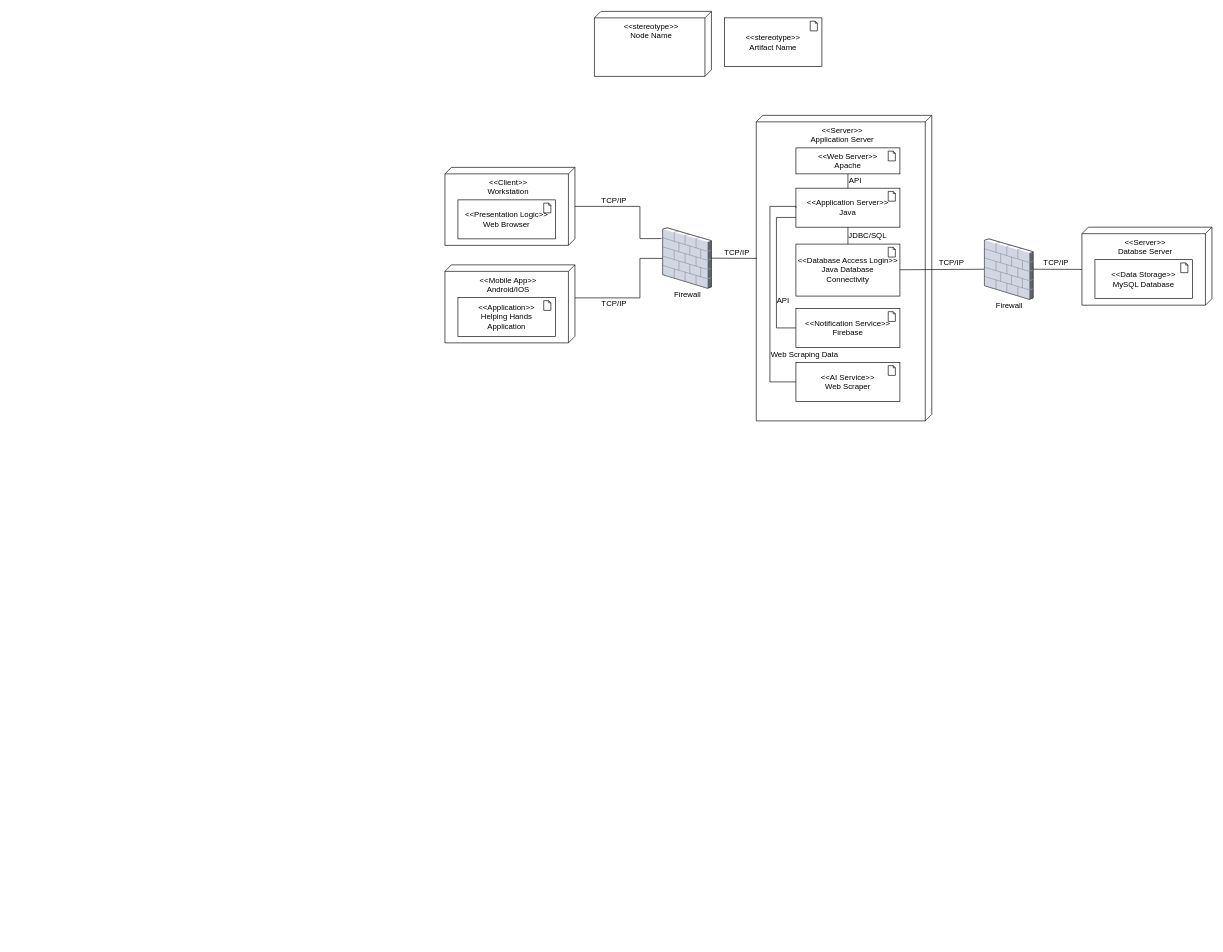
Above: System Analysis and Design Deployment Diagram.drawio in AnjeloM/AnjeloM (draw.io), before the change. Source tidied: cells renumbered, new cells numbered last; positions are measured from the earlier drawing's top-left corner, leaving out a move shared by most shapes. Both pictures are drawn from the tidied source at 65%, with x=0, y=0 at pixel (445, 11).
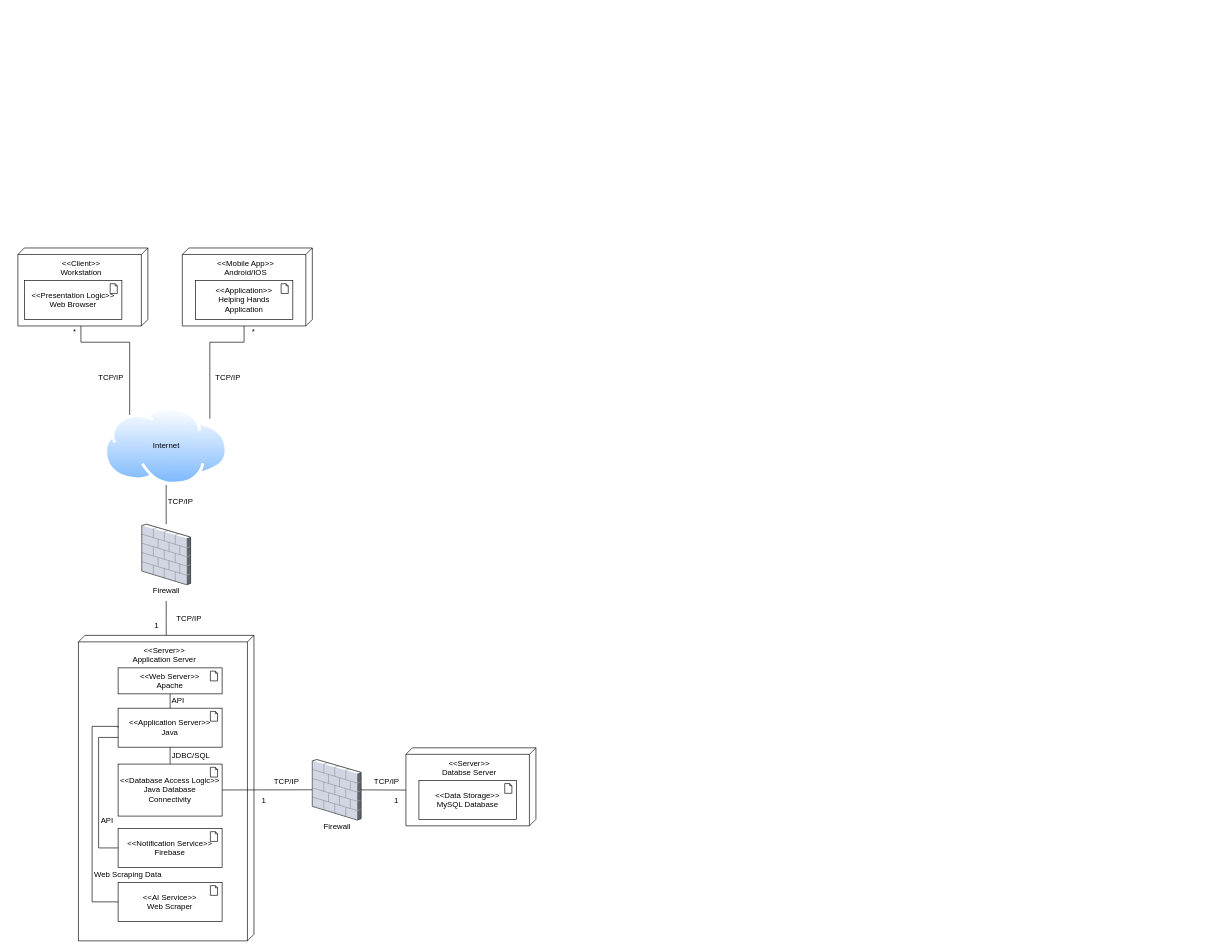
Above is the later version.

The change refers to these unchanged cells:
```xml
<mxCell id="8" value="&amp;lt;&amp;lt;Server&amp;gt;&amp;gt;&lt;div&gt;Application Server&lt;/div&gt;" style="verticalAlign=top;align=center;shape=cube;size=10;direction=south;fontStyle=0;html=1;boundedLbl=1;spacingLeft=5;whiteSpace=wrap;" parent="7" vertex="1">
  <mxGeometry width="270" height="470" as="geometry" />
</mxCell>
<mxCell id="9" value="`" style="group;" parent="7" vertex="1">
  <mxGeometry x="61" y="70" width="160" height="340" as="geometry" />
</mxCell>
<mxCell id="27" value="&amp;lt;&amp;lt;Mobile App&amp;gt;&amp;gt;&lt;div&gt;Android/IOS&lt;/div&gt;" style="verticalAlign=top;align=center;shape=cube;size=10;direction=south;fontStyle=0;html=1;boundedLbl=1;spacingLeft=5;whiteSpace=wrap;" parent="26" vertex="1">
  <mxGeometry width="200" height="120" as="geometry" />
</mxCell>
<mxCell id="31" style="verticalLabelPosition=bottom;sketch=0;html=1;verticalAlign=top;strokeColor=none;align=center;outlineConnect=0;shape=mxgraph.citrix.firewall;" parent="30" vertex="1">
  <mxGeometry width="75" height="93" as="geometry" />
</mxCell>
<mxCell id="32" value="Firewall" style="text;html=1;align=center;verticalAlign=middle;points=[];strokeColor=none;fillColor=none;" parent="30" vertex="1">
  <mxGeometry x="7.5" y="88" width="60" height="30" as="geometry" />
</mxCell>
```

Change to the diagram source:
```diff
@@
-    <mxCell id="2" value="&amp;lt;&amp;lt;stereotype&amp;gt;&amp;gt;&lt;div&gt;Node Name&lt;/div&gt;" style="verticalAlign=top;align=center;shape=cube;size=10;direction=south;fontStyle=0;html=1;boundedLbl=1;spacingLeft=5;whiteSpace=wrap;" parent="1" vertex="1">
-      <mxGeometry x="230" width="180" height="100" as="geometry" />
-    </mxCell>
-    <mxCell id="3" value="&amp;lt;&amp;lt;stereotype&amp;gt;&amp;gt;&lt;div&gt;Artifact Name&lt;/div&gt;" style="html=1;whiteSpace=wrap;shape=mxgraph.archimate3.application;appType=artifact;archiType=square;" parent="1" vertex="1">
-      <mxGeometry x="430" y="10" width="150" height="75" as="geometry" />
-    </mxCell>
     <mxCell id="4" style="group;" parent="1" vertex="1">
-      <mxGeometry y="240" width="200" height="120" as="geometry" />
+      <mxGeometry x="-667" y="364" width="200" height="120" as="geometry" />
     </mxCell>
     <mxCell id="5" value="&amp;lt;&amp;lt;Client&amp;gt;&amp;gt;&lt;div&gt;Workstation&lt;/div&gt;" style="verticalAlign=top;align=center;shape=cube;size=10;direction=south;fontStyle=0;html=1;boundedLbl=1;spacingLeft=5;whiteSpace=wrap;" parent="4" vertex="1">
-      <mxGeometry width="200" height="120" as="geometry" />
+      <mxGeometry x="10" width="200" height="120" as="geometry" />
     </mxCell>
@@
     <mxCell id="7" style="group;" parent="1" vertex="1">
-      <mxGeometry x="479" y="160" width="270" height="470" as="geometry" />
+      <mxGeometry x="-563.8" y="960" width="270" height="470" as="geometry" />
     </mxCell>
@@
-    <mxCell id="11" value="&amp;lt;&amp;lt;Database Access Login&amp;gt;&amp;gt;&lt;div&gt;Java Database&lt;/div&gt;&lt;div&gt;Connectivity&lt;/div&gt;" style="html=1;outlineConnect=0;whiteSpace=wrap;shape=mxgraph.archimate3.application;appType=artifact;archiType=square;" parent="9" vertex="1">
+    <mxCell id="11" value="&amp;lt;&amp;lt;Database Access Logic&amp;gt;&amp;gt;&lt;div&gt;Java Database&lt;/div&gt;&lt;div&gt;Connectivity&lt;/div&gt;" style="html=1;outlineConnect=0;whiteSpace=wrap;shape=mxgraph.archimate3.application;appType=artifact;archiType=square;" parent="9" vertex="1">
       <mxGeometry y="128" width="160" height="80" as="geometry" />
     </mxCell>
@@
     <mxCell id="15" value="API" style="text;html=1;align=center;verticalAlign=middle;strokeColor=none;fillColor=none;" parent="9" vertex="1">
-      <mxGeometry x="71" y="15" width="40" height="30" as="geometry" />
+      <mxGeometry x="72" y="15" width="40" height="30" as="geometry" />
     </mxCell>
@@
     <mxCell id="20" value="Web Scraping Data" style="text;html=1;align=center;verticalAlign=middle;strokeColor=none;fillColor=none;" parent="7" vertex="1">
-      <mxGeometry x="9" y="353" width="130" height="30" as="geometry" />
+      <mxGeometry x="11" y="353" width="130" height="30" as="geometry" />
     </mxCell>
     <mxCell id="21" value="API" style="text;html=1;align=center;verticalAlign=middle;strokeColor=none;fillColor=none;" parent="7" vertex="1">
-      <mxGeometry x="21" y="270" width="40" height="30" as="geometry" />
+      <mxGeometry x="24" y="270" width="40" height="30" as="geometry" />
     </mxCell>
     <mxCell id="22" value="JDBC/SQL" style="text;html=1;align=center;verticalAlign=middle;strokeColor=none;fillColor=none;" parent="7" vertex="1">
-      <mxGeometry x="131" y="170" width="80" height="30" as="geometry" />
+      <mxGeometry x="133" y="170" width="80" height="30" as="geometry" />
     </mxCell>
     <mxCell id="23" style="group;" parent="1" vertex="1">
-      <mxGeometry x="980" y="332" width="200" height="120" as="geometry" />
+      <mxGeometry x="-60" y="1133" width="200" height="120" as="geometry" />
     </mxCell>
@@
     <mxCell id="26" style="group;" parent="1" vertex="1">
-      <mxGeometry y="390" width="200" height="120" as="geometry" />
+      <mxGeometry x="-404" y="364" width="200" height="120" as="geometry" />
     </mxCell>
@@
     <mxCell id="30" style="group;" parent="1" vertex="1">
-      <mxGeometry x="335" y="333" width="75" height="118" as="geometry" />
+      <mxGeometry x="-466.3" y="789" width="75" height="118" as="geometry" />
     </mxCell>
@@
-    <mxCell id="33" style="rounded=0;jettySize=auto;html=1;endArrow=none;endFill=0;" parent="1" edge="1" source="31">
-      <mxGeometry relative="1" as="geometry">
-        <mxPoint x="480" y="380" as="targetPoint" />
-      </mxGeometry>
+    <mxCell id="33" style="rounded=0;jettySize=auto;html=1;endArrow=none;endFill=0;entryX=0.5;entryY=1;entryDx=0;entryDy=0;" parent="1" edge="1" source="31" target="45">
+      <mxGeometry relative="1" as="geometry" />
     </mxCell>
-    <mxCell id="34" style="edgeStyle=orthogonalEdgeStyle;rounded=0;jettySize=auto;html=1;entryX=-0.023;entryY=0.178;entryDx=0;entryDy=0;entryPerimeter=0;endArrow=none;endFill=0;" parent="1" edge="1" source="5" target="31">
+    <mxCell id="34" style="edgeStyle=orthogonalEdgeStyle;rounded=0;orthogonalLoop=1;jettySize=auto;html=1;endArrow=none;endFill=0;entryX=0.209;entryY=0.167;entryDx=0;entryDy=0;entryPerimeter=0;exitX=0;exitY=0;exitDx=120;exitDy=105;exitPerimeter=0;" parent="1" edge="1">
       <mxGeometry relative="1" as="geometry">
+        <mxPoint x="-560" y="484" as="sourcePoint" />
+        <mxPoint x="-485" y="629" as="targetPoint" />
         <Array as="points">
-          <mxPoint x="300" y="300" />
-          <mxPoint x="300" y="350" />
+          <mxPoint x="-560" y="509" />
+          <mxPoint x="-485" y="509" />
         </Array>
       </mxGeometry>
     </mxCell>
-    <mxCell id="35" style="edgeStyle=orthogonalEdgeStyle;rounded=0;jettySize=auto;html=1;endArrow=none;endFill=0;exitX=0.423;exitY=-0.001;exitDx=0;exitDy=0;exitPerimeter=0;" parent="1" edge="1" source="27" target="31">
-      <mxGeometry relative="1" as="geometry">
-        <Array as="points">
-          <mxPoint x="300" y="441" />
-          <mxPoint x="300" y="380" />
-        </Array>
-      </mxGeometry>
-    </mxCell>
     <mxCell id="36" value="TCP/IP" style="text;html=1;align=center;verticalAlign=middle;strokeColor=none;fillColor=none;" parent="1" vertex="1">
-      <mxGeometry x="230" y="276" width="60" height="30" as="geometry" />
+      <mxGeometry x="-544" y="549" width="60" height="30" as="geometry" />
     </mxCell>
     <mxCell id="37" value="TCP/IP" style="text;html=1;align=center;verticalAlign=middle;strokeColor=none;fillColor=none;" parent="1" vertex="1">
-      <mxGeometry x="230" y="435" width="60" height="30" as="geometry" />
+      <mxGeometry x="-364" y="549" width="60" height="30" as="geometry" />
     </mxCell>
     <mxCell id="38" value="TCP/IP" style="text;html=1;align=center;verticalAlign=middle;strokeColor=none;fillColor=none;" parent="1" vertex="1">
-      <mxGeometry x="419" y="357" width="60" height="30" as="geometry" />
+      <mxGeometry x="-437" y="739" width="60" height="30" as="geometry" />
     </mxCell>
     <mxCell id="39" value="TCP/IP" style="text;html=1;align=center;verticalAlign=middle;strokeColor=none;fillColor=none;" parent="1" vertex="1">
-      <mxGeometry x="749" y="372" width="60" height="30" as="geometry" />
+      <mxGeometry x="-274" y="1170" width="60" height="30" as="geometry" />
     </mxCell>
     <mxCell id="40" style="group;" parent="1" vertex="1">
-      <mxGeometry x="830" y="350" width="75" height="118" as="geometry" />
+      <mxGeometry x="-204" y="1151" width="75" height="118" as="geometry" />
     </mxCell>
@@
     <mxCell id="44" value="TCP/IP" style="text;html=1;align=center;verticalAlign=middle;strokeColor=none;fillColor=none;" parent="1" vertex="1">
-      <mxGeometry x="910" y="372" width="60" height="30" as="geometry" />
+      <mxGeometry x="-120" y="1170" width="60" height="30" as="geometry" />
     </mxCell>
+    <mxCell id="45" style="image;perimeter=ellipsePerimeter;html=1;align=center;shadow=0;dashed=0;spacingTop=3;image=img/lib/active_directory/internet_cloud.svg;" parent="1" vertex="1">
+      <mxGeometry x="-523.7" y="609" width="189.7" height="119.5" as="geometry" />
+    </mxCell>
+    <mxCell id="46" style="edgeStyle=orthogonalEdgeStyle;rounded=0;jettySize=auto;html=1;entryX=1;entryY=0;entryDx=0;entryDy=0;endArrow=none;endFill=0;exitX=0;exitY=0;exitDx=120;exitDy=105;exitPerimeter=0;" parent="1" edge="1" source="27" target="45">
+      <mxGeometry relative="1" as="geometry">
+        <Array as="points">
+          <mxPoint x="-309" y="509" />
+          <mxPoint x="-362" y="509" />
+        </Array>
+      </mxGeometry>
+    </mxCell>
+    <mxCell id="47" value="Internet" style="text;html=1;align=center;verticalAlign=middle;strokeColor=none;fillColor=none;" parent="1" vertex="1">
+      <mxGeometry x="-458.8" y="653.8" width="60" height="30" as="geometry" />
+    </mxCell>
+    <mxCell id="48" style="edgeStyle=orthogonalEdgeStyle;rounded=0;jettySize=auto;html=1;endArrow=none;endFill=0;" parent="1" edge="1" source="8" target="32">
+      <mxGeometry relative="1" as="geometry" />
+    </mxCell>
+    <mxCell id="49" value="TCP/IP" style="text;html=1;align=center;verticalAlign=middle;strokeColor=none;fillColor=none;" parent="1" vertex="1">
+      <mxGeometry x="-424" y="920" width="60" height="30" as="geometry" />
+    </mxCell>
+    <mxCell id="50" value="*" style="text;html=1;align=center;verticalAlign=middle;strokeColor=none;fillColor=none;" parent="1" vertex="1">
+      <mxGeometry x="-585" y="478" width="30" height="30" as="geometry" />
+    </mxCell>
+    <mxCell id="51" value="*" style="text;html=1;align=center;verticalAlign=middle;strokeColor=none;fillColor=none;" parent="1" vertex="1">
+      <mxGeometry x="-310" y="478" width="30" height="30" as="geometry" />
+    </mxCell>
+    <mxCell id="52" value="1" style="text;html=1;align=center;verticalAlign=middle;strokeColor=none;fillColor=none;" parent="1" vertex="1">
+      <mxGeometry x="-458.8" y="930" width="30" height="30" as="geometry" />
+    </mxCell>
+    <mxCell id="53" value="1" style="text;html=1;align=center;verticalAlign=middle;strokeColor=none;fillColor=none;" parent="1" vertex="1">
+      <mxGeometry x="-293.8" y="1200" width="30" height="30" as="geometry" />
+    </mxCell>
+    <mxCell id="54" value="1" style="text;html=1;align=center;verticalAlign=middle;strokeColor=none;fillColor=none;" parent="1" vertex="1">
+      <mxGeometry x="-90" y="1200" width="30" height="30" as="geometry" />
+    </mxCell>
```
